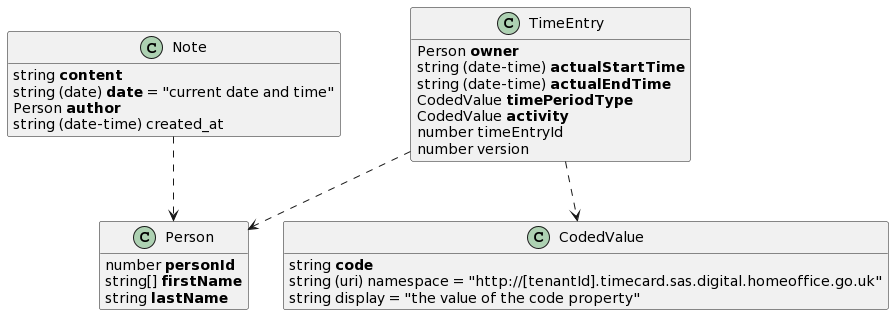
UKHomeOffice/callisto-timecard-restapi keeps this PlantUML diagram as docs/images/payload-model.png. Above is the earlier version.
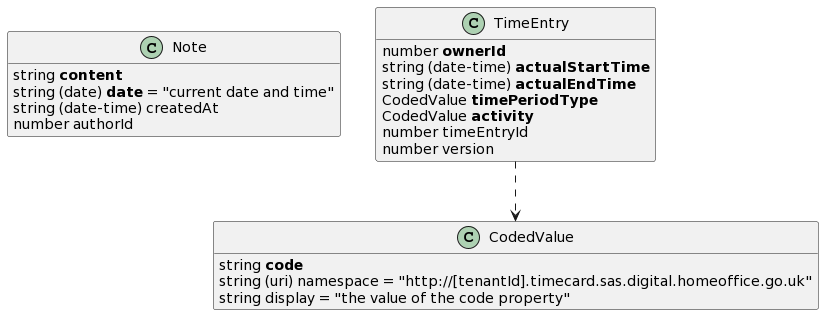
Above is the later version.

Commit message:
updating payload model with personId as opposed to reference to Person resource

The edit, as a diff of the source:
```diff
@@ -6,11 +6,10 @@
 class Note {
     {field} string <b>content</b>
     {field} string (date) <b>date</b> = "current date and time"
-    {field} Person <b>author</b>
-    {field} string (date-time) created_at
+    {field} string (date-time) createdAt
+    {field} number authorId
 }
 
-Note ..> Person
 
 
 class CodedValue {
@@ -21,16 +20,8 @@
 
 
 
-class Person {
-    {field} number <b>personId</b>
-    {field} string[] <b>firstName</b>
-    {field} string <b>lastName</b>
-}
-
-
-
 class TimeEntry {
-    {field} Person <b>owner</b>
+    {field} number <b>ownerId</b>
     {field} string (date-time) <b>actualStartTime</b>
     {field} string (date-time) <b>actualEndTime</b>
     {field} CodedValue <b>timePeriodType</b>
@@ -40,5 +31,4 @@
 }
 
 TimeEntry ..> CodedValue
-TimeEntry ..> Person
 @enduml
```
